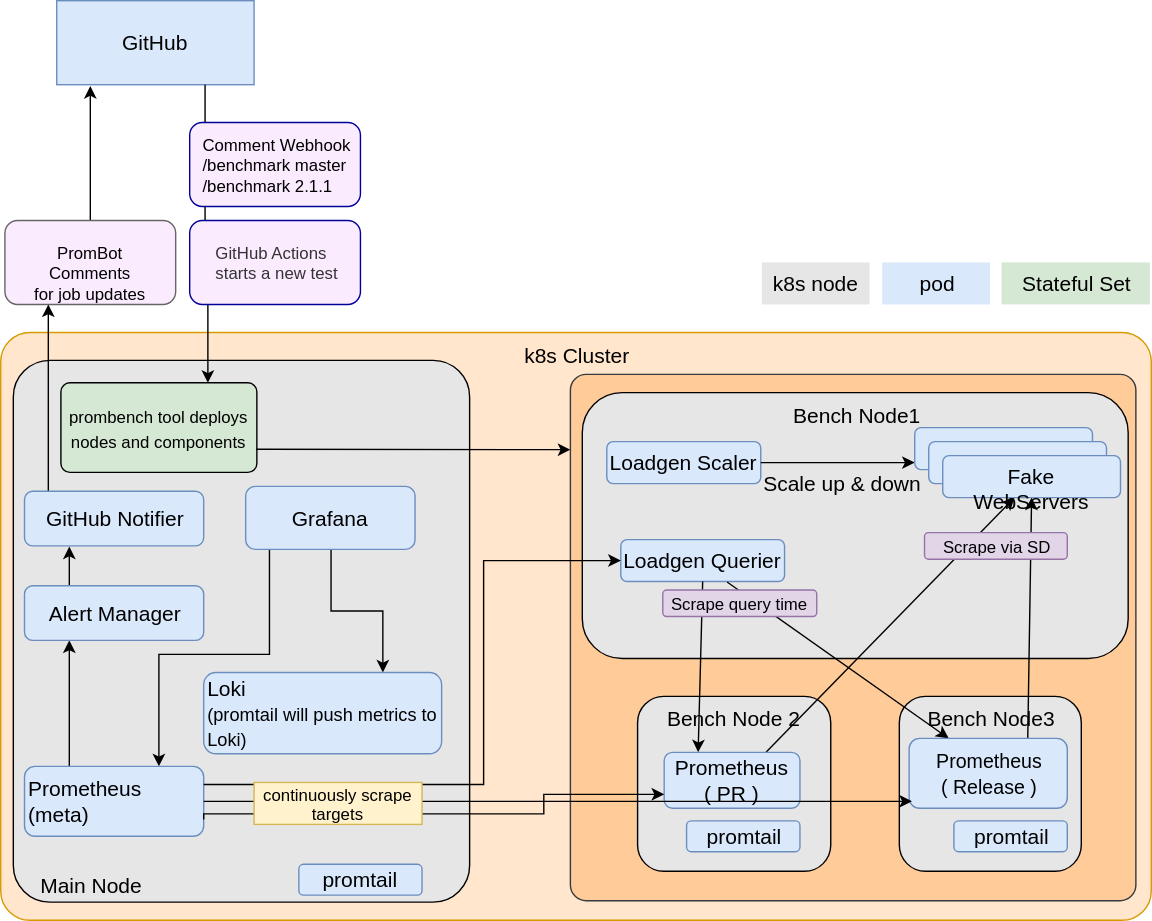
Above: design.svg in prometheus/test-infra (draw.io), before the change. Source tidied: cells renumbered, new cells last; positions are measured from the earlier drawing's top-left corner, leaving out a move shared by most shapes.
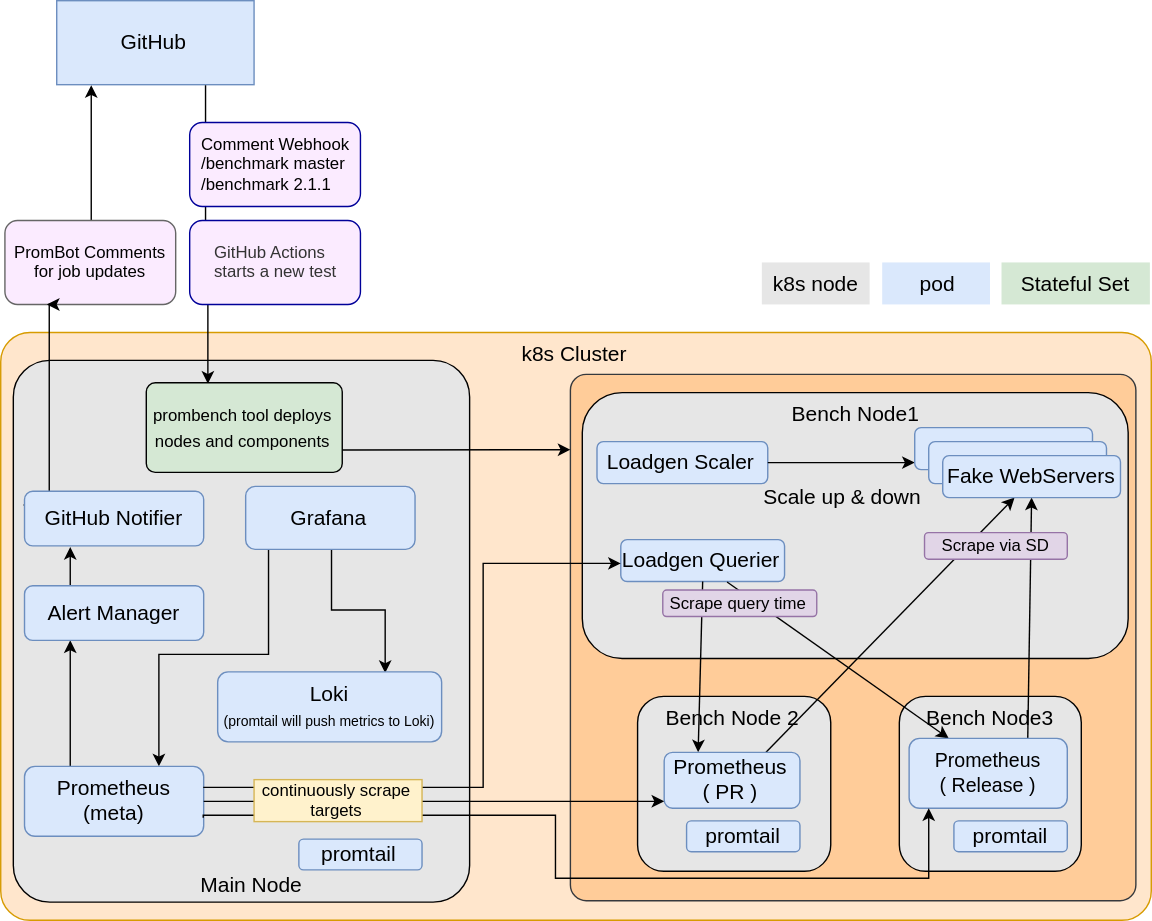
Above is the later version.

Commit message:
added review design changes

Change to the diagram source:
```diff
@@ -11,7 +11,7 @@
     <mxCell id="4" value="GitHub" style="rounded=0;whiteSpace=wrap;html=1;fontSize=15;fontColor=#000000;fillColor=#dae8fc;strokeColor=#6c8ebf;" parent="1" vertex="1">
       <mxGeometry x="40" width="141" height="60" as="geometry" />
     </mxCell>
-    <mxCell id="5" value="&amp;nbsp; &amp;nbsp; Main Node" style="rounded=1;whiteSpace=wrap;html=1;labelBackgroundColor=none;fillColor=#E6E6E6;strokeColor=#000000;verticalAlign=bottom;fontSize=15;fontColor=#000000;arcSize=8;align=left;" parent="1" vertex="1">
+    <mxCell id="5" value="&amp;nbsp; &amp;nbsp; Main Node" style="rounded=1;whiteSpace=wrap;html=1;labelBackgroundColor=none;fillColor=#E6E6E6;strokeColor=#000000;verticalAlign=bottom;fontSize=15;fontColor=#000000;arcSize=8;align=center;" parent="1" vertex="1">
       <mxGeometry x="9" y="257" width="326" height="387" as="geometry" />
     </mxCell>
     <mxCell id="6" style="edgeStyle=orthogonalEdgeStyle;rounded=0;jumpStyle=none;jettySize=auto;html=1;exitX=0.25;exitY=0;exitDx=0;exitDy=0;entryX=0.25;entryY=1;entryDx=0;entryDy=0;startArrow=none;startFill=0;endArrow=classic;endFill=1;" parent="1" edge="1" source="8" target="19">
@@ -25,7 +25,7 @@
         </Array>
       </mxGeometry>
     </mxCell>
-    <mxCell id="8" value="Prometheus&lt;br&gt;(meta)" style="rounded=1;whiteSpace=wrap;html=1;fontSize=15;fontColor=#000000;fillColor=#dae8fc;strokeColor=#6c8ebf;align=left;" parent="1" vertex="1">
+    <mxCell id="8" value="Prometheus&lt;br&gt;(meta)" style="rounded=1;whiteSpace=wrap;html=1;fontSize=15;fontColor=#000000;fillColor=#dae8fc;strokeColor=#6c8ebf;align=center;" parent="1" vertex="1">
       <mxGeometry x="17" y="547" width="128" height="50" as="geometry" />
     </mxCell>
     <mxCell id="9" style="edgeStyle=orthogonalEdgeStyle;rounded=0;jumpStyle=none;jettySize=auto;html=1;exitX=0.5;exitY=1;exitDx=0;exitDy=0;entryX=0.75;entryY=0;entryDx=0;entryDy=0;startArrow=none;startFill=0;endArrow=classic;endFill=1;" parent="1" edge="1" source="10" target="42">
@@ -34,8 +34,13 @@
     <mxCell id="10" value="Grafana" style="rounded=1;whiteSpace=wrap;html=1;fontSize=15;fontColor=#000000;fillColor=#dae8fc;strokeColor=#6c8ebf;" parent="1" vertex="1">
       <mxGeometry x="175" y="347" width="121" height="45" as="geometry" />
     </mxCell>
-    <mxCell id="11" style="edgeStyle=orthogonalEdgeStyle;rounded=0;html=1;exitX=0.75;exitY=1;entryX=0.75;entryY=0;jettySize=auto;fontSize=15;entryDx=0;entryDy=0;" parent="1" edge="1" source="4" target="20">
-      <mxGeometry relative="1" as="geometry" />
+    <mxCell id="11" style="edgeStyle=orthogonalEdgeStyle;rounded=0;html=1;exitX=0.75;exitY=1;entryX=0.314;entryY=0.016;jettySize=auto;fontSize=15;entryDx=0;entryDy=0;entryPerimeter=0;" parent="1" edge="1" source="4" target="20">
+      <mxGeometry relative="1" as="geometry">
+        <Array as="points">
+          <mxPoint x="146" y="167" />
+          <mxPoint x="148" y="167" />
+        </Array>
+      </mxGeometry>
     </mxCell>
     <mxCell id="12" value="&lt;div style=&quot;text-align: left&quot;&gt;&lt;span&gt;Comment Webhook&lt;/span&gt;&lt;/div&gt;&lt;div style=&quot;text-align: left&quot;&gt;&lt;span&gt;/benchmark master&lt;/span&gt;&lt;/div&gt;&lt;span&gt;&lt;div style=&quot;text-align: left&quot;&gt;&lt;span&gt;/benchmark&amp;nbsp;&lt;/span&gt;&lt;span&gt;2.1.1&lt;/span&gt;&lt;/div&gt;&lt;/span&gt;" style="rounded=1;whiteSpace=wrap;html=1;labelBackgroundColor=none;fillColor=#FBEBFF;strokeColor=#000099;spacingTop=0;spacingLeft=1;" parent="1" vertex="1">
       <mxGeometry x="135" y="87" width="122" height="60" as="geometry" />
@@ -62,7 +67,7 @@
       <mxGeometry x="17" y="418" width="128" height="39" as="geometry" />
     </mxCell>
     <mxCell id="20" value="&lt;div&gt;&lt;span&gt;&lt;font style=&quot;font-size: 12px&quot;&gt;prombench tool deploys nodes and components&lt;/font&gt;&lt;/span&gt;&lt;/div&gt;" style="rounded=1;whiteSpace=wrap;html=1;glass=0;labelBackgroundColor=none;fillColor=#d5e8d4;fontSize=15;fontColor=#000000;strokeColor=#000000;arcSize=10;" parent="1" vertex="1">
-      <mxGeometry x="43" y="273" width="140" height="64" as="geometry" />
+      <mxGeometry x="104" y="273" width="140" height="64" as="geometry" />
     </mxCell>
     <mxCell id="21" value="Bench Node3&lt;br&gt;&lt;br&gt;&lt;br&gt;" style="rounded=1;whiteSpace=wrap;html=1;fontSize=15;fontColor=#000000;verticalAlign=top;fillColor=#E6E6E6;" parent="1" vertex="1">
       <mxGeometry x="642" y="497" width="130" height="125" as="geometry" />
@@ -74,7 +79,7 @@
       <mxGeometry x="415.5" y="280" width="390" height="190" as="geometry" />
     </mxCell>
     <mxCell id="24" value="Loadgen Scaler" style="rounded=1;whiteSpace=wrap;html=1;fontSize=15;fontColor=#000000;fillColor=#dae8fc;strokeColor=#6c8ebf;" parent="1" vertex="1">
-      <mxGeometry x="433" y="315" width="110" height="30" as="geometry" />
+      <mxGeometry x="426" y="315" width="122" height="30" as="geometry" />
     </mxCell>
     <mxCell id="25" value="Loadgen Querier" style="rounded=1;whiteSpace=wrap;html=1;fontSize=15;fontColor=#000000;fillColor=#dae8fc;strokeColor=#6c8ebf;" parent="1" vertex="1">
       <mxGeometry x="443" y="385" width="117" height="30" as="geometry" />
@@ -85,7 +90,7 @@
       </mxGeometry>
     </mxCell>
     <mxCell id="27" value="Scale up &amp;amp; down" style="text;html=1;strokeColor=none;fillColor=none;align=center;verticalAlign=middle;whiteSpace=wrap;rounded=0;fontSize=15;fontColor=#000000;" parent="1" vertex="1">
-      <mxGeometry x="543" y="335" width="117" height="20" as="geometry" />
+      <mxGeometry x="543" y="343" width="117" height="22" as="geometry" />
     </mxCell>
     <mxCell id="28" style="endArrow=classic;html=1;labelBackgroundColor=#ffffff;fontSize=15;fontColor=#000000;exitX=0.5;exitY=1;entryX=0.25;entryY=0;" parent="1" edge="1" source="25" target="34">
       <mxGeometry relative="1" as="geometry" />
@@ -123,19 +128,17 @@
     <mxCell id="39" value="Fake WebServers" style="rounded=1;whiteSpace=wrap;html=1;fontSize=15;fontColor=#000000;fillColor=#dae8fc;strokeColor=#6c8ebf;" parent="36" vertex="1">
       <mxGeometry x="20" y="20" width="127" height="30" as="geometry" />
     </mxCell>
-    <mxCell id="40" style="endArrow=classic;html=1;fontSize=15;fontColor=#000000;exitX=1;exitY=0.5;entryX=0;entryY=0.143;entryDx=0;entryDy=0;entryPerimeter=0;" parent="1" edge="1" target="3">
-      <mxGeometry relative="1" as="geometry">
-        <mxPoint x="182.5" y="320.5" as="sourcePoint" />
-      </mxGeometry>
+    <mxCell id="40" style="endArrow=classic;html=1;fontSize=15;fontColor=#000000;exitX=1;exitY=0.75;entryX=0;entryY=0.143;entryDx=0;entryDy=0;entryPerimeter=0;exitDx=0;exitDy=0;" parent="1" edge="1" source="20" target="3">
+      <mxGeometry relative="1" as="geometry" />
     </mxCell>
     <mxCell id="41" value="&lt;div style=&quot;text-align: left&quot;&gt;&lt;span style=&quot;color: rgb(51 , 51 , 51) ; text-align: center&quot;&gt;GitHub Actions&amp;nbsp;&lt;/span&gt;&lt;/div&gt;&lt;div style=&quot;text-align: left&quot;&gt;&lt;span style=&quot;color: rgb(51 , 51 , 51) ; text-align: center&quot;&gt;starts a new test&lt;/span&gt;&lt;br&gt;&lt;/div&gt;" style="rounded=1;whiteSpace=wrap;html=1;labelBackgroundColor=none;fillColor=#FBEBFF;strokeColor=#000099;spacingTop=0;spacingLeft=1;" parent="1" vertex="1">
       <mxGeometry x="135" y="157" width="122" height="60" as="geometry" />
     </mxCell>
-    <mxCell id="42" value="&lt;font&gt;Loki&lt;br&gt;&lt;font style=&quot;font-size: 13px&quot;&gt;(promtail will push metrics to Loki)&lt;/font&gt;&lt;/font&gt;" style="rounded=1;whiteSpace=wrap;html=1;fontSize=15;fontColor=#000000;fillColor=#dae8fc;strokeColor=#6c8ebf;align=left;" parent="1" vertex="1">
-      <mxGeometry x="145" y="480" width="170" height="58" as="geometry" />
+    <mxCell id="42" value="&lt;font&gt;Loki&lt;br&gt;&lt;font style=&quot;font-size: 10px&quot;&gt;(promtail will push metrics to Loki)&lt;/font&gt;&lt;/font&gt;" style="rounded=1;whiteSpace=wrap;html=1;fontSize=15;fontColor=#000000;fillColor=#dae8fc;strokeColor=#6c8ebf;align=center;" parent="1" vertex="1">
+      <mxGeometry x="155" y="479.5" width="160" height="50" as="geometry" />
     </mxCell>
-    <mxCell id="43" value="promtail" style="rounded=1;whiteSpace=wrap;html=1;fontSize=15;fontColor=#000000;fillColor=#dae8fc;strokeColor=#6c8ebf;" parent="1" vertex="1">
-      <mxGeometry x="213" y="617" width="88" height="22" as="geometry" />
+    <mxCell id="43" value="promtail" style="rounded=1;whiteSpace=wrap;html=1;fontSize=15;fontColor=#000000;fillColor=#dae8fc;strokeColor=#6c8ebf;verticalAlign=middle;" parent="1" vertex="1">
+      <mxGeometry x="213" y="599" width="88" height="22" as="geometry" />
     </mxCell>
     <mxCell id="44" value="promtail" style="rounded=1;whiteSpace=wrap;html=1;fontSize=15;fontColor=#000000;fillColor=#dae8fc;strokeColor=#6c8ebf;" parent="1" vertex="1">
       <mxGeometry x="490" y="586" width="81" height="22" as="geometry" />
@@ -153,28 +156,35 @@
     <mxCell id="47" value="GitHub Notifier" style="rounded=1;whiteSpace=wrap;html=1;fontSize=15;fontColor=#000000;fillColor=#dae8fc;strokeColor=#6c8ebf;" parent="1" vertex="1">
       <mxGeometry x="17" y="350.5" width="128" height="39" as="geometry" />
     </mxCell>
-    <mxCell id="48" style="edgeStyle=orthogonalEdgeStyle;rounded=0;jumpStyle=none;orthogonalLoop=1;jettySize=auto;html=1;exitX=0.5;exitY=1;exitDx=0;exitDy=0;startArrow=none;startFill=0;endArrow=classic;endFill=1;" parent="1" edge="1" source="8" target="8">
-      <mxGeometry relative="1" as="geometry" />
-    </mxCell>
-    <mxCell id="49" style="edgeStyle=orthogonalEdgeStyle;rounded=0;jumpStyle=none;jettySize=auto;html=1;exitX=1;exitY=0.25;exitDx=0;exitDy=0;entryX=0;entryY=0.5;entryDx=0;entryDy=0;startArrow=none;startFill=0;endArrow=classic;endFill=1;" parent="1" edge="1" source="8" target="25">
+    <mxCell id="49" style="edgeStyle=orthogonalEdgeStyle;rounded=0;jumpStyle=none;orthogonalLoop=1;jettySize=auto;html=1;exitX=1;exitY=0.25;exitDx=0;exitDy=0;entryX=0;entryY=0.5;entryDx=0;entryDy=0;startArrow=none;startFill=0;endArrow=classic;endFill=1;" parent="1" edge="1">
       <mxGeometry relative="1" as="geometry">
+        <mxPoint x="145" y="561.5" as="sourcePoint" />
+        <mxPoint x="443" y="402" as="targetPoint" />
         <Array as="points">
-          <mxPoint x="345" y="560" />
-          <mxPoint x="345" y="400" />
+          <mxPoint x="345" y="562" />
+          <mxPoint x="345" y="402" />
         </Array>
       </mxGeometry>
     </mxCell>
-    <mxCell id="50" style="edgeStyle=orthogonalEdgeStyle;rounded=0;jumpStyle=none;jettySize=auto;html=1;exitX=1;exitY=0.5;exitDx=0;exitDy=0;entryX=0.018;entryY=0.9;entryDx=0;entryDy=0;entryPerimeter=0;startArrow=none;startFill=0;endArrow=classic;endFill=1;" parent="1" edge="1" source="8" target="35">
-      <mxGeometry relative="1" as="geometry" />
+    <mxCell id="50" style="edgeStyle=orthogonalEdgeStyle;rounded=0;jumpStyle=none;jettySize=auto;html=1;exitX=1;exitY=0.75;exitDx=0;exitDy=0;entryX=0.124;entryY=0.993;entryDx=0;entryDy=0;entryPerimeter=0;startArrow=none;startFill=0;endArrow=classic;endFill=1;" parent="1" edge="1" target="35">
+      <mxGeometry relative="1" as="geometry">
+        <mxPoint x="145" y="583.7" as="sourcePoint" />
+        <Array as="points">
+          <mxPoint x="145" y="582" />
+          <mxPoint x="396" y="582" />
+          <mxPoint x="396" y="627" />
+          <mxPoint x="663" y="627" />
+        </Array>
+      </mxGeometry>
     </mxCell>
-    <mxCell id="51" style="edgeStyle=orthogonalEdgeStyle;rounded=0;jumpStyle=none;jettySize=auto;html=1;exitX=1;exitY=0.75;exitDx=0;exitDy=0;entryX=0;entryY=0.75;entryDx=0;entryDy=0;startArrow=none;startFill=0;endArrow=classic;endFill=1;" parent="1" edge="1" source="53" target="34">
-      <mxGeometry relative="1" as="geometry" />
+    <mxCell id="51" style="edgeStyle=orthogonalEdgeStyle;rounded=0;jumpStyle=none;orthogonalLoop=1;jettySize=auto;html=1;entryX=0;entryY=0.75;entryDx=0;entryDy=0;startArrow=none;startFill=0;endArrow=classic;endFill=1;" parent="1" edge="1">
+      <mxGeometry relative="1" as="geometry">
+        <mxPoint x="145" y="572" as="sourcePoint" />
+        <mxPoint x="474" y="572" as="targetPoint" />
+      </mxGeometry>
     </mxCell>
-    <mxCell id="52" style="edgeStyle=orthogonalEdgeStyle;rounded=0;jumpStyle=none;jettySize=auto;html=1;exitX=0;exitY=0.75;exitDx=0;exitDy=0;entryX=1;entryY=0.75;entryDx=0;entryDy=0;startArrow=none;startFill=0;endArrow=none;endFill=0;" parent="1" edge="1" source="53" target="8">
-      <mxGeometry relative="1" as="geometry" />
-    </mxCell>
     <mxCell id="53" value="continuously scrape targets" style="rounded=0;whiteSpace=wrap;html=1;fillColor=#fff2cc;strokeColor=#d6b656;" parent="1" vertex="1">
-      <mxGeometry x="181" y="558.5" width="120" height="30" as="geometry" />
+      <mxGeometry x="181" y="556.5" width="120" height="30" as="geometry" />
     </mxCell>
   </root>
 </mxGraphModel>
```
